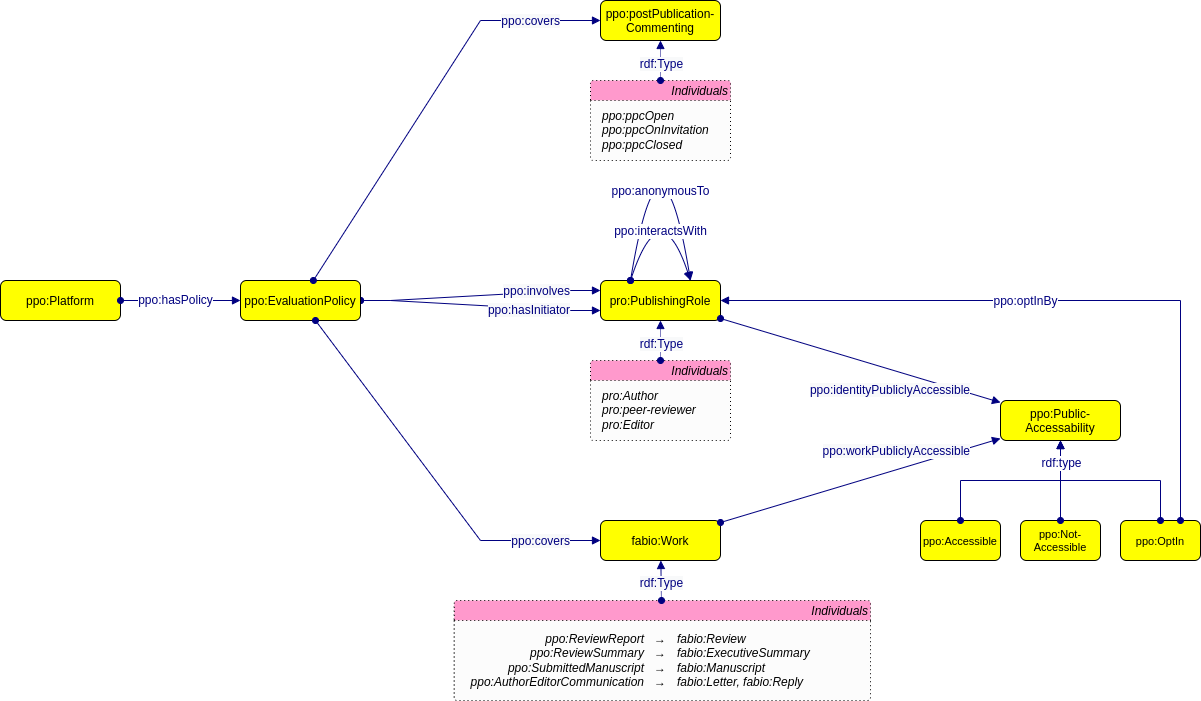
The draw.io diagram ontology/img/ppo_ontology-Evaluation.drawio.png in CWTSLeiden/Journal-Observatory-data, before a commit. Source tidied: cells renumbered, new cells last; positions are measured from the earlier drawing's top-left corner, leaving out a move shared by most shapes. Its diagram source:
```xml
<mxGraphModel>
  <root>
    <mxCell id="0" />
    <mxCell id="1" parent="0" />
    <mxCell id="2" style="graphMlID=e0;rounded=0;endArrow=block;strokeColor=#000080;strokeWidth=1.0;startArrow=oval;startFill=1;endFill=1;fontFamily=Helvetica;fontSize=11;entryX=0;entryY=0.75;entryDx=0;entryDy=0;edgeStyle=entityRelationEdgeStyle;" parent="1" edge="1" source="6" target="10">
      <mxGeometry relative="1" as="geometry" />
    </mxCell>
    <mxCell id="3" value="&lt;span style=&quot;color: rgb(0, 0, 128); font-size: 12px; background-color: rgb(248, 249, 250);&quot;&gt;ppo:hasInitiator&lt;/span&gt;" style="text;html=1;align=right;verticalAlign=middle;labelBackgroundColor=#ffffff;fontSize=12;fontFamily=Helvetica;" parent="2" vertex="1">
      <mxGeometry relative="1" as="geometry">
        <mxPoint x="90" y="5" as="offset" />
      </mxGeometry>
    </mxCell>
    <mxCell id="4" style="graphMlID=e0;rounded=0;endArrow=block;strokeColor=#000080;strokeWidth=1.0;startArrow=oval;startFill=1;endFill=1;fontFamily=Helvetica;fontSize=11;entryX=0;entryY=0.25;entryDx=0;entryDy=0;edgeStyle=entityRelationEdgeStyle;" parent="1" edge="1" source="6" target="10">
      <mxGeometry relative="1" as="geometry" />
    </mxCell>
    <mxCell id="5" value="&lt;span style=&quot;color: rgb(0, 0, 128); font-size: 12px; background-color: rgb(248, 249, 250);&quot;&gt;ppo:involves&lt;/span&gt;" style="text;html=1;align=right;verticalAlign=middle;labelBackgroundColor=#ffffff;fontSize=12;fontFamily=Helvetica;" parent="4" vertex="1">
      <mxGeometry relative="1" as="geometry">
        <mxPoint x="90" y="-5" as="offset" />
      </mxGeometry>
    </mxCell>
    <mxCell id="6" value="ppo:EvaluationPolicy" style="graphMlID=n4;shape=rect;rounded=1;arcsize=30;fillColor=#ffff00;strokeColor=#000000;strokeWidth=1.0;" parent="1" vertex="1">
      <mxGeometry x="240" y="280" width="120" height="40" as="geometry" />
    </mxCell>
    <mxCell id="7" value="ppo:Platform" style="graphMlID=n4;shape=rect;rounded=1;arcsize=30;fillColor=#ffff00;strokeColor=#000000;strokeWidth=1.0;fontFamily=Helvetica;fontSize=12;" parent="1" vertex="1">
      <mxGeometry y="280" width="120" height="40" as="geometry" />
    </mxCell>
    <mxCell id="8" style="graphMlID=e0;rounded=0;endArrow=block;strokeColor=#000080;strokeWidth=1.0;startArrow=oval;startFill=1;endFill=1;fontFamily=Helvetica;elbow=vertical;fontSize=12;" parent="1" edge="1" source="7" target="6">
      <mxGeometry relative="1" as="geometry" />
    </mxCell>
    <mxCell id="9" value="ppo:hasPolicy" style="edgeLabel;html=1;align=center;verticalAlign=middle;fontSize=12;fontFamily=Helvetica;fontColor=#000080;" parent="8" vertex="1">
      <mxGeometry x="-0.11" y="1" relative="1" as="geometry" />
    </mxCell>
    <mxCell id="10" value="pro:PublishingRole" style="graphMlID=n4;shape=rect;rounded=1;arcsize=30;fillColor=#ffff00;strokeColor=#000000;strokeWidth=1.0;" parent="1" vertex="1">
      <mxGeometry x="600" y="280" width="120" height="40" as="geometry" />
    </mxCell>
    <mxCell id="11" style="graphMlID=e0;rounded=0;endArrow=block;strokeColor=#000080;strokeWidth=1.0;startArrow=oval;startFill=1;endFill=1;fontFamily=Helvetica;elbow=vertical;fontSize=12;edgeStyle=orthogonalEdgeStyle;exitX=0.25;exitY=0;exitDx=0;exitDy=0;entryX=0.75;entryY=0;entryDx=0;entryDy=0;curved=1;" parent="1" edge="1" source="10" target="10">
      <mxGeometry relative="1" as="geometry">
        <Array as="points">
          <mxPoint x="660" y="100" />
        </Array>
      </mxGeometry>
    </mxCell>
    <mxCell id="12" value="ppo:anonymousTo" style="edgeLabel;html=1;align=center;verticalAlign=middle;fontSize=12;fontFamily=Helvetica;fontColor=#000080;" parent="11" vertex="1">
      <mxGeometry x="-0.11" y="1" relative="1" as="geometry">
        <mxPoint x="4" y="71" as="offset" />
      </mxGeometry>
    </mxCell>
    <mxCell id="13" value="fabio:Work" style="graphMlID=n4;shape=rect;rounded=1;arcsize=30;fillColor=#FFFF00;strokeColor=#000000;strokeWidth=1.0;" parent="1" vertex="1">
      <mxGeometry x="600" y="520" width="120" height="40" as="geometry" />
    </mxCell>
    <mxCell id="14" style="graphMlID=e0;rounded=0;endArrow=block;strokeColor=#000080;strokeWidth=1.0;startArrow=oval;startFill=1;endFill=1;fontFamily=Helvetica;fontSize=11;" parent="1" edge="1" source="6" target="13">
      <mxGeometry relative="1" as="geometry">
        <Array as="points">
          <mxPoint x="480" y="540" />
        </Array>
      </mxGeometry>
    </mxCell>
    <mxCell id="15" value="&lt;span style=&quot;color: rgb(0, 0, 128); font-size: 12px; background-color: rgb(248, 249, 250);&quot;&gt;ppo:covers&lt;/span&gt;" style="text;html=1;align=right;verticalAlign=middle;labelBackgroundColor=#ffffff;fontSize=12;fontFamily=Helvetica;" parent="14" vertex="1">
      <mxGeometry relative="1" as="geometry">
        <mxPoint x="136" y="62" as="offset" />
      </mxGeometry>
    </mxCell>
    <mxCell id="16" style="graphMlID=e0;rounded=0;endArrow=block;strokeColor=#000080;strokeWidth=1.0;startArrow=oval;startFill=1;endFill=1;fontFamily=Helvetica;elbow=vertical;fontSize=12;exitX=0.25;exitY=0;exitDx=0;exitDy=0;entryX=0.75;entryY=0;entryDx=0;entryDy=0;edgeStyle=orthogonalEdgeStyle;curved=1;" parent="1" edge="1" source="10" target="10">
      <mxGeometry relative="1" as="geometry">
        <Array as="points">
          <mxPoint x="660" y="190" />
        </Array>
      </mxGeometry>
    </mxCell>
    <mxCell id="17" value="ppo:interactsWith" style="edgeLabel;html=1;align=center;verticalAlign=middle;fontSize=12;fontFamily=Helvetica;fontColor=#000080;" parent="16" vertex="1">
      <mxGeometry x="-0.11" y="1" relative="1" as="geometry">
        <mxPoint x="4" y="31" as="offset" />
      </mxGeometry>
    </mxCell>
    <mxCell id="18" value="ppo:Public-&#10;Accessability" style="graphMlID=n4;shape=rect;rounded=1;arcsize=30;fillColor=#ffff00;strokeColor=#000000;strokeWidth=1.0;" parent="1" vertex="1">
      <mxGeometry x="1000" y="400" width="120" height="40" as="geometry" />
    </mxCell>
    <mxCell id="19" value="ppo:Accessible" style="graphMlID=n4;shape=rect;rounded=1;arcsize=30;fillColor=#ffff00;strokeColor=#000000;strokeWidth=1.0;fontSize=11;fillStyle=auto;" parent="1" vertex="1">
      <mxGeometry x="920" y="520" width="80" height="40" as="geometry" />
    </mxCell>
    <mxCell id="20" value="ppo:OptIn" style="graphMlID=n4;shape=rect;rounded=1;arcsize=30;fillColor=#ffff00;strokeColor=#000000;strokeWidth=1.0;fontSize=11;fillStyle=auto;" parent="1" vertex="1">
      <mxGeometry x="1120" y="520" width="80" height="40" as="geometry" />
    </mxCell>
    <mxCell id="21" style="graphMlID=e0;rounded=0;endArrow=block;strokeColor=#000080;strokeWidth=1.0;startArrow=oval;startFill=1;endFill=1;fontFamily=Helvetica;elbow=vertical;fontSize=12;edgeStyle=orthogonalEdgeStyle;" parent="1" edge="1" source="20" target="18">
      <mxGeometry relative="1" as="geometry">
        <Array as="points">
          <mxPoint x="1160" y="480" />
          <mxPoint x="1060" y="480" />
        </Array>
      </mxGeometry>
    </mxCell>
    <mxCell id="22" style="graphMlID=e0;rounded=0;endArrow=block;strokeColor=#000080;strokeWidth=1.0;startArrow=oval;startFill=1;endFill=1;fontFamily=Helvetica;elbow=vertical;fontSize=12;edgeStyle=orthogonalEdgeStyle;" parent="1" edge="1" source="19" target="18">
      <mxGeometry relative="1" as="geometry">
        <Array as="points">
          <mxPoint x="960" y="480" />
          <mxPoint x="1060" y="480" />
        </Array>
      </mxGeometry>
    </mxCell>
    <mxCell id="23" value="ppo:Not-&#10;Accessible" style="graphMlID=n4;shape=rect;rounded=1;arcsize=30;fillColor=#ffff00;strokeColor=#000000;strokeWidth=1.0;fontSize=11;fillStyle=auto;" parent="1" vertex="1">
      <mxGeometry x="1020" y="520" width="80" height="40" as="geometry" />
    </mxCell>
    <mxCell id="24" style="graphMlID=e0;rounded=0;endArrow=block;strokeColor=#000080;strokeWidth=1.0;startArrow=oval;startFill=1;endFill=1;fontFamily=Helvetica;fontSize=11;" parent="1" edge="1" source="10" target="18">
      <mxGeometry relative="1" as="geometry" />
    </mxCell>
    <mxCell id="25" value="&lt;span style=&quot;font-size: 12px; background-color: rgb(248, 249, 250);&quot;&gt;ppo:identityPubliclyAccessible&lt;/span&gt;" style="text;html=1;align=right;verticalAlign=middle;labelBackgroundColor=#ffffff;fontSize=12;fontFamily=Helvetica;fontColor=#000080;" parent="24" vertex="1">
      <mxGeometry relative="1" as="geometry">
        <mxPoint x="110" y="30" as="offset" />
      </mxGeometry>
    </mxCell>
    <mxCell id="26" style="graphMlID=e0;rounded=0;endArrow=block;strokeColor=#000080;strokeWidth=1.0;startArrow=oval;startFill=1;endFill=1;fontFamily=Helvetica;fontSize=11;" parent="1" edge="1" source="13" target="18">
      <mxGeometry relative="1" as="geometry" />
    </mxCell>
    <mxCell id="27" value="&lt;span style=&quot;color: rgb(0, 0, 128); font-size: 12px; background-color: rgb(248, 249, 250);&quot;&gt;ppo:workPubliclyAccessible&lt;/span&gt;" style="text;html=1;align=right;verticalAlign=middle;labelBackgroundColor=#ffffff;fontSize=12;fontFamily=Helvetica;" parent="26" vertex="1">
      <mxGeometry relative="1" as="geometry">
        <mxPoint x="110" y="-30" as="offset" />
      </mxGeometry>
    </mxCell>
    <mxCell id="28" style="graphMlID=e0;rounded=0;endArrow=block;strokeColor=#000080;strokeWidth=1.0;startArrow=oval;startFill=1;endFill=1;fontFamily=Helvetica;elbow=vertical;fontSize=12;edgeStyle=orthogonalEdgeStyle;" parent="1" edge="1" source="20" target="10">
      <mxGeometry relative="1" as="geometry">
        <Array as="points">
          <mxPoint x="1180" y="300" />
        </Array>
      </mxGeometry>
    </mxCell>
    <mxCell id="29" value="ppo:optInBy" style="edgeLabel;html=1;align=center;verticalAlign=middle;fontSize=12;fontFamily=Helvetica;fontColor=#000080;" parent="28" vertex="1">
      <mxGeometry x="-0.22" y="-2" relative="1" as="geometry">
        <mxPoint x="-111" y="2" as="offset" />
      </mxGeometry>
    </mxCell>
    <mxCell id="30" value="Individuals" style="graphMlID=n2;shape=swimlane;startSize=20;rounded=1;arcSize=5;strokeColor=#000000;strokeWidth=1;dashed=1;dashPattern=1 3;align=right;fillColor=#FF99CC;labelBackgroundColor=none;swimlaneFillColor=#FCFCFC;fontStyle=2;" parent="1" vertex="1">
      <mxGeometry x="453.8" y="600" width="416.2" height="100" as="geometry" />
    </mxCell>
    <mxCell id="31" value="ppo:ReviewReport&lt;br style=&quot;font-size: 12px;&quot;&gt;ppo:ReviewSummary&lt;br style=&quot;font-size: 12px;&quot;&gt;ppo:SubmittedManuscript&lt;br style=&quot;font-size: 12px;&quot;&gt;&lt;div style=&quot;font-size: 12px;&quot;&gt;&lt;span style=&quot;background-color: initial; font-size: 12px;&quot;&gt;ppo:AuthorEditorCommunication&lt;/span&gt;&lt;/div&gt;" style="text;html=1;align=right;verticalAlign=middle;strokeColor=none;fillColor=none;fontFamily=Helvetica;fontSize=12;fontStyle=2;" parent="30" vertex="1">
      <mxGeometry x="-8.8" y="25" width="200" height="70" as="geometry" />
    </mxCell>
    <mxCell id="32" value="fabio:Review&lt;br style=&quot;border-color: var(--border-color);&quot;&gt;&lt;span style=&quot;&quot;&gt;fabio:ExecutiveSummary&lt;/span&gt;&lt;br style=&quot;border-color: var(--border-color);&quot;&gt;&lt;span style=&quot;&quot;&gt;fabio:Manuscript&lt;/span&gt;&lt;br style=&quot;border-color: var(--border-color);&quot;&gt;&lt;div style=&quot;border-color: var(--border-color);&quot;&gt;&lt;span style=&quot;border-color: var(--border-color); background-color: initial;&quot;&gt;fabio:Letter, fabio:Reply&lt;/span&gt;&lt;/div&gt;" style="text;html=1;align=left;verticalAlign=middle;strokeColor=none;fillColor=none;fontSize=12;fontFamily=Helvetica;fontStyle=2;" parent="30" vertex="1">
      <mxGeometry x="221.2" y="25" width="160" height="70" as="geometry" />
    </mxCell>
    <mxCell id="33" value="→&lt;br style=&quot;font-size: 12px;&quot;&gt;→&lt;br style=&quot;font-size: 12px;&quot;&gt;→&lt;br style=&quot;font-size: 12px;&quot;&gt;→" style="text;html=1;strokeColor=none;fillColor=none;align=center;verticalAlign=middle;whiteSpace=wrap;rounded=0;fontSize=12;fontFamily=Helvetica;" parent="30" vertex="1">
      <mxGeometry x="191.2" y="20" width="30" height="80" as="geometry" />
    </mxCell>
    <mxCell id="34" style="graphMlID=e5;rounded=0;endArrow=block;strokeColor=#000080;dashed=1;dashPattern=1 1;strokeWidth=1.0;startArrow=oval;startFill=1;endFill=1;fontFamily=Helvetica;fontSize=12;" parent="1" edge="1" source="30" target="13">
      <mxGeometry relative="1" as="geometry" />
    </mxCell>
    <mxCell id="35" value="&lt;span style=&quot;color: rgb(0, 0, 128); font-size: 12px; background-color: rgb(248, 249, 250);&quot;&gt;rdf:Type&lt;/span&gt;" style="text;html=1;align=center;verticalAlign=middle;labelBackgroundColor=#ffffff;fontSize=12;fontFamily=Helvetica;" parent="34" vertex="1">
      <mxGeometry x="-0.14" y="-3" relative="1" as="geometry">
        <mxPoint x="-3" as="offset" />
      </mxGeometry>
    </mxCell>
    <mxCell id="36" value="Individuals" style="graphMlID=n2;shape=swimlane;startSize=20;rounded=1;arcSize=5;strokeColor=#000000;strokeWidth=1.0;dashed=1;dashPattern=1 3;align=right;fillColor=#FF99CC;labelBackgroundColor=none;swimlaneFillColor=#FCFCFC;fontStyle=2;" parent="1" vertex="1">
      <mxGeometry x="590" y="360" width="140" height="80" as="geometry" />
    </mxCell>
    <mxCell id="37" value="pro:Author&lt;br&gt;pro:peer-reviewer&lt;br&gt;pro:Editor" style="text;html=1;align=left;verticalAlign=middle;strokeColor=none;fillColor=none;fontFamily=Helvetica;fontSize=12;fontStyle=2;" parent="36" vertex="1">
      <mxGeometry x="10" y="20" width="120" height="60" as="geometry" />
    </mxCell>
    <mxCell id="38" style="graphMlID=e5;rounded=0;endArrow=block;strokeColor=#000080;dashed=1;dashPattern=1 1;strokeWidth=1.0;startArrow=oval;startFill=1;endFill=1;fontFamily=Helvetica;fontSize=12;" parent="1" edge="1" source="36" target="10">
      <mxGeometry relative="1" as="geometry" />
    </mxCell>
    <mxCell id="39" value="&lt;span style=&quot;color: rgb(0, 0, 128); font-size: 12px; background-color: rgb(248, 249, 250);&quot;&gt;rdf:Type&lt;/span&gt;" style="text;html=1;align=center;verticalAlign=middle;labelBackgroundColor=#ffffff;fontSize=12;fontFamily=Helvetica;" parent="38" vertex="1">
      <mxGeometry x="-0.14" y="-3" relative="1" as="geometry">
        <mxPoint x="-3" as="offset" />
      </mxGeometry>
    </mxCell>
    <mxCell id="40" value="ppo:postPublication-&#10;Commenting" style="graphMlID=n4;shape=rect;rounded=1;arcsize=30;fillColor=#ffff00;strokeColor=#000000;strokeWidth=1.0;" parent="1" vertex="1">
      <mxGeometry x="600" width="120" height="40" as="geometry" />
    </mxCell>
    <mxCell id="41" value="Individuals" style="graphMlID=n2;shape=swimlane;startSize=20;rounded=1;arcSize=5;strokeColor=#000000;strokeWidth=1.0;dashed=1;dashPattern=1 3;align=right;fillColor=#FF99CC;labelBackgroundColor=none;swimlaneFillColor=#FCFCFC;fontStyle=2;" parent="1" vertex="1">
      <mxGeometry x="590" y="80" width="140" height="80" as="geometry" />
    </mxCell>
    <mxCell id="42" value="ppo:ppcOpen&lt;br&gt;ppo:ppcOnInvitation&lt;br&gt;ppo:ppcClosed" style="text;html=1;align=left;verticalAlign=middle;strokeColor=none;fillColor=none;fontFamily=Helvetica;fontSize=12;fontStyle=2;" parent="41" vertex="1">
      <mxGeometry x="10" y="20" width="130" height="60" as="geometry" />
    </mxCell>
    <mxCell id="43" style="graphMlID=e5;rounded=0;endArrow=block;strokeColor=#000080;dashed=1;dashPattern=1 1;strokeWidth=1.0;startArrow=oval;startFill=1;endFill=1;fontFamily=Helvetica;fontSize=12;" parent="1" edge="1" source="41" target="40">
      <mxGeometry relative="1" as="geometry" />
    </mxCell>
    <mxCell id="44" value="&lt;span style=&quot;color: rgb(0, 0, 128); font-size: 12px; background-color: rgb(248, 249, 250);&quot;&gt;rdf:Type&lt;/span&gt;" style="text;html=1;align=center;verticalAlign=middle;labelBackgroundColor=#ffffff;fontSize=12;fontFamily=Helvetica;" parent="43" vertex="1">
      <mxGeometry x="-0.14" y="-3" relative="1" as="geometry">
        <mxPoint x="-3" as="offset" />
      </mxGeometry>
    </mxCell>
    <mxCell id="45" style="graphMlID=e0;rounded=0;endArrow=block;strokeColor=#000080;strokeWidth=1.0;startArrow=oval;startFill=1;endFill=1;fontFamily=Helvetica;fontSize=11;" parent="1" edge="1" source="6" target="40">
      <mxGeometry relative="1" as="geometry">
        <Array as="points">
          <mxPoint x="480" y="20" />
        </Array>
      </mxGeometry>
    </mxCell>
    <mxCell id="46" value="&lt;span style=&quot;color: rgb(0, 0, 128); font-size: 12px; background-color: rgb(248, 249, 250);&quot;&gt;ppo:covers&lt;/span&gt;" style="text;html=1;align=right;verticalAlign=middle;labelBackgroundColor=#ffffff;fontSize=12;fontFamily=Helvetica;" parent="45" vertex="1">
      <mxGeometry relative="1" as="geometry">
        <mxPoint x="131" y="-79" as="offset" />
      </mxGeometry>
    </mxCell>
    <mxCell id="47" style="graphMlID=e0;rounded=0;endArrow=block;strokeColor=#000080;strokeWidth=1.0;startArrow=oval;startFill=1;endFill=1;fontFamily=Helvetica;elbow=vertical;fontSize=12;edgeStyle=orthogonalEdgeStyle;" parent="1" edge="1" source="23" target="18">
      <mxGeometry relative="1" as="geometry" />
    </mxCell>
    <mxCell id="48" value="rdf:type" style="edgeLabel;html=1;align=center;verticalAlign=middle;fontSize=12;fontColor=#000080;" parent="47" vertex="1">
      <mxGeometry x="0.19" y="-4" relative="1" as="geometry">
        <mxPoint x="-4" y="-10" as="offset" />
      </mxGeometry>
    </mxCell>
  </root>
</mxGraphModel>
```
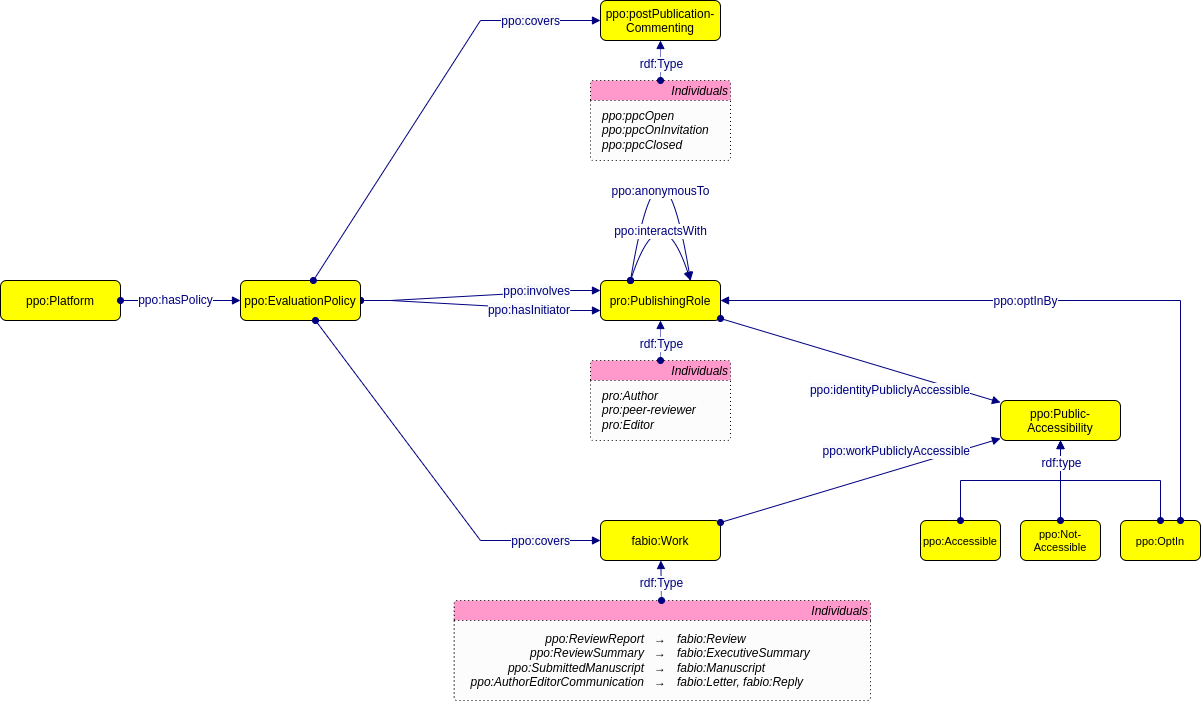
After the change.

Commit message:
fix accessability typo

The edit, as a diff of the source:
```diff
@@ -72,7 +72,7 @@
         <mxPoint x="4" y="31" as="offset" />
       </mxGeometry>
     </mxCell>
-    <mxCell id="18" value="ppo:Public-&#10;Accessability" style="graphMlID=n4;shape=rect;rounded=1;arcsize=30;fillColor=#ffff00;strokeColor=#000000;strokeWidth=1.0;" parent="1" vertex="1">
+    <mxCell id="18" value="ppo:Public-&#10;Accessibility" style="graphMlID=n4;shape=rect;rounded=1;arcsize=30;fillColor=#ffff00;strokeColor=#000000;strokeWidth=1.0;" parent="1" vertex="1">
       <mxGeometry x="1000" y="400" width="120" height="40" as="geometry" />
     </mxCell>
     <mxCell id="19" value="ppo:Accessible" style="graphMlID=n4;shape=rect;rounded=1;arcsize=30;fillColor=#ffff00;strokeColor=#000000;strokeWidth=1.0;fontSize=11;fillStyle=auto;" parent="1" vertex="1">
```
